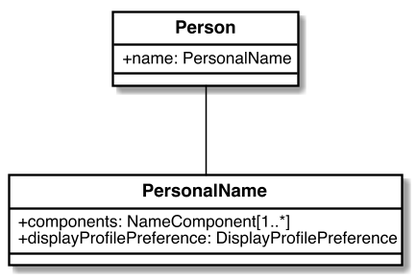
This is images/personal-name.png from CalConnect/cc-name-models, a PlantUML export, as it was before one commit.
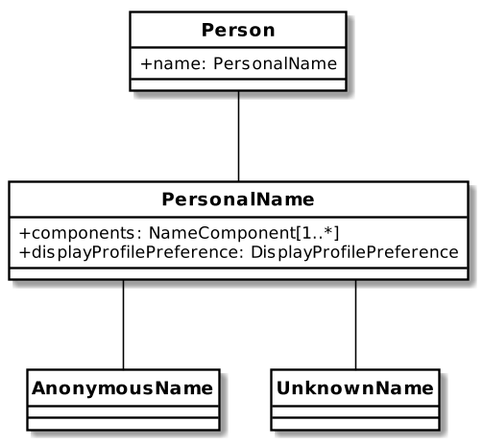
After the commit.

Diff of the diagram source:
```diff
@@ -49,6 +49,14 @@
   +displayProfilePreference: DisplayProfilePreference
 }
 
+class AnonymousName {
+}
+class UnknownName {
+}
+
+
 Person -- PersonalName
+PersonalName -- AnonymousName
+PersonalName -- UnknownName
 
 @enduml
```
